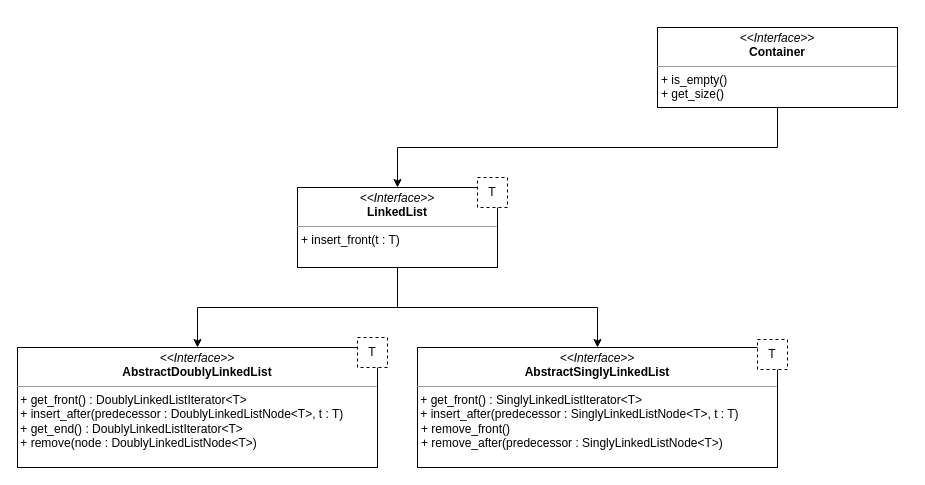
The draw.io diagram docs/Implementation Details/implementatio_details.drawio in christiangoerdes/Data-Structures, before the edit. Source tidied: cells renumbered, new cells numbered last; positions are measured from the earlier drawing's top-left corner, leaving out a move shared by most shapes. Both pictures are drawn from the tidied source at 100%, with x=0, y=0 at pixel (17, 17).
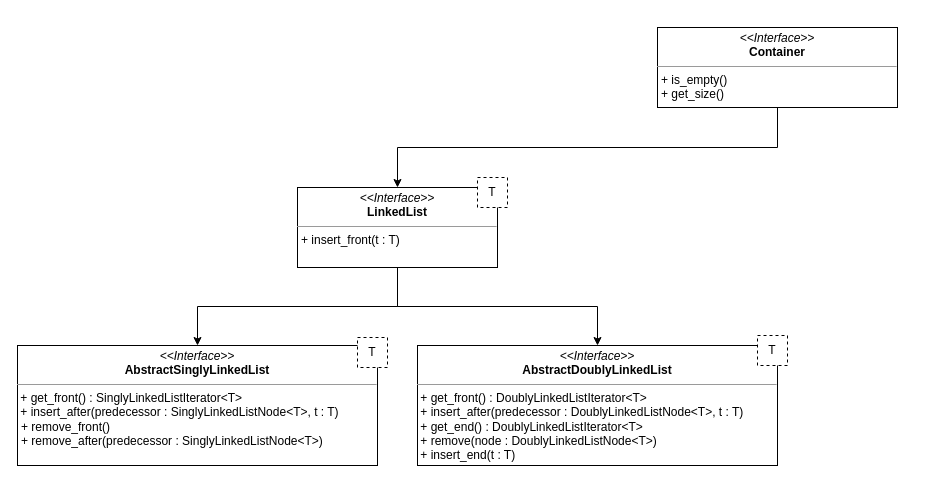
Above is the later version.

Change to the diagram source:
```diff
@@
 <mxGraphModel>
   <root>
     <mxCell id="0" />
     <mxCell id="1" parent="0" />
     <mxCell id="2" style="edgeStyle=orthogonalEdgeStyle;rounded=0;jettySize=auto;html=1;exitX=0.5;exitY=1;exitDx=0;exitDy=0;entryX=0.5;entryY=0;entryDx=0;entryDy=0;" parent="1" edge="1" source="8" target="14">
       <mxGeometry relative="1" as="geometry" />
     </mxCell>
     <mxCell id="3" style="edgeStyle=orthogonalEdgeStyle;rounded=0;jettySize=auto;html=1;exitX=0.5;exitY=1;exitDx=0;exitDy=0;entryX=0.5;entryY=0;entryDx=0;entryDy=0;" parent="1" edge="1" source="8" target="11">
       <mxGeometry relative="1" as="geometry" />
     </mxCell>
     <mxCell id="4" style="group;" parent="1" vertex="1">
       <mxGeometry x="640" width="250" height="150" as="geometry" />
     </mxCell>
     <mxCell id="5" value="&lt;p style=&quot;margin:0px;margin-top:4px;text-align:center;&quot;&gt;&lt;i&gt;&amp;lt;&amp;lt;Interface&amp;gt;&amp;gt;&lt;/i&gt;&lt;br&gt;&lt;b&gt;Container&lt;/b&gt;&lt;/p&gt;&lt;hr size=&quot;1&quot;&gt;&lt;p style=&quot;margin:0px;margin-left:4px;&quot;&gt;&lt;span style=&quot;background-color: initial;&quot;&gt;+ is_empty()&lt;/span&gt;&lt;br&gt;&lt;/p&gt;&lt;p style=&quot;margin:0px;margin-left:4px;&quot;&gt;+ get_size()&amp;nbsp;&lt;span style=&quot;background-color: initial;&quot;&gt;&lt;br&gt;&lt;/span&gt;&lt;/p&gt;" style="verticalAlign=top;align=left;overflow=fill;fontSize=12;fontFamily=Helvetica;html=1;whiteSpace=wrap;" parent="4" vertex="1">
       <mxGeometry y="10" width="240" height="80" as="geometry" />
     </mxCell>
     <mxCell id="6" style="edgeStyle=orthogonalEdgeStyle;rounded=0;jettySize=auto;html=1;exitX=0.5;exitY=1;exitDx=0;exitDy=0;entryX=0.5;entryY=0;entryDx=0;entryDy=0;" parent="1" edge="1" source="5" target="8">
       <mxGeometry relative="1" as="geometry" />
     </mxCell>
     <mxCell id="7" style="group;" parent="1" vertex="1">
       <mxGeometry x="280" y="160" width="210" height="90" as="geometry" />
     </mxCell>
     <mxCell id="8" value="&lt;p style=&quot;margin:0px;margin-top:4px;text-align:center;&quot;&gt;&lt;i&gt;&amp;lt;&amp;lt;Interface&amp;gt;&amp;gt;&lt;/i&gt;&lt;br&gt;&lt;b&gt;LinkedList&lt;/b&gt;&lt;/p&gt;&lt;hr size=&quot;1&quot;&gt;&lt;p style=&quot;margin:0px;margin-left:4px;&quot;&gt;&lt;span style=&quot;background-color: initial;&quot;&gt;+ insert_front(t : T)&lt;/span&gt;&lt;br&gt;&lt;/p&gt;" style="verticalAlign=top;align=left;overflow=fill;fontSize=12;fontFamily=Helvetica;html=1;whiteSpace=wrap;" parent="7" vertex="1">
       <mxGeometry y="10" width="200" height="80" as="geometry" />
     </mxCell>
     <mxCell id="9" value="T" style="fontStyle=0;dashed=1;html=1;whiteSpace=wrap;" parent="7" vertex="1">
       <mxGeometry x="180" width="30" height="30" as="geometry" />
     </mxCell>
     <mxCell id="10" style="group;" parent="1" vertex="1">
-      <mxGeometry y="320" width="370" height="130" as="geometry" />
+      <mxGeometry x="400" y="318" width="370" height="130" as="geometry" />
     </mxCell>
-    <mxCell id="11" value="&lt;p style=&quot;margin:0px;margin-top:4px;text-align:center;&quot;&gt;&lt;i&gt;&amp;lt;&amp;lt;Interface&amp;gt;&amp;gt;&lt;/i&gt;&lt;br&gt;&lt;b&gt;AbstractDoublyLinkedList&lt;/b&gt;&lt;/p&gt;&lt;hr size=&quot;1&quot;&gt;&amp;nbsp;+ get_front() : DoublyLinkedListIterator&amp;lt;T&amp;gt;&lt;br&gt;&lt;div&gt;&amp;nbsp;+ insert_after(predecessor : DoublyLinkedListNode&amp;lt;T&amp;gt;, t : T)&lt;/div&gt;&lt;div&gt;&amp;nbsp;+ get_end() : DoublyLinkedListIterator&amp;lt;T&amp;gt;&lt;/div&gt;&lt;div&gt;&amp;nbsp;+ remove(node : DoublyLinkedListNode&amp;lt;T&amp;gt;)&lt;/div&gt;" style="verticalAlign=top;align=left;overflow=fill;fontSize=12;fontFamily=Helvetica;html=1;whiteSpace=wrap;" parent="10" vertex="1">
+    <mxCell id="11" value="&lt;p style=&quot;margin:0px;margin-top:4px;text-align:center;&quot;&gt;&lt;i&gt;&amp;lt;&amp;lt;Interface&amp;gt;&amp;gt;&lt;/i&gt;&lt;br&gt;&lt;b&gt;AbstractDoublyLinkedList&lt;/b&gt;&lt;/p&gt;&lt;hr size=&quot;1&quot;&gt;&amp;nbsp;+ get_front() : DoublyLinkedListIterator&amp;lt;T&amp;gt;&lt;br&gt;&lt;div&gt;&amp;nbsp;+ insert_after(predecessor : DoublyLinkedListNode&amp;lt;T&amp;gt;, t : T)&lt;/div&gt;&lt;div&gt;&amp;nbsp;+ get_end() : DoublyLinkedListIterator&amp;lt;T&amp;gt;&lt;/div&gt;&lt;div&gt;&amp;nbsp;+ remove(node : DoublyLinkedListNode&amp;lt;T&amp;gt;)&lt;/div&gt;&lt;div&gt;&amp;nbsp;+ insert_end(t : T)&lt;/div&gt;" style="verticalAlign=top;align=left;overflow=fill;fontSize=12;fontFamily=Helvetica;html=1;whiteSpace=wrap;" parent="10" vertex="1">
       <mxGeometry y="10" width="360" height="120" as="geometry" />
     </mxCell>
     <mxCell id="12" value="T" style="fontStyle=0;dashed=1;html=1;whiteSpace=wrap;" parent="10" vertex="1">
       <mxGeometry x="340" width="30" height="30" as="geometry" />
     </mxCell>
     <mxCell id="13" style="group;" parent="1" vertex="1">
-      <mxGeometry x="400" y="322" width="370" height="128" as="geometry" />
+      <mxGeometry y="320" width="370" height="128" as="geometry" />
     </mxCell>
     <mxCell id="14" value="&lt;p style=&quot;margin:0px;margin-top:4px;text-align:center;&quot;&gt;&lt;i&gt;&amp;lt;&amp;lt;Interface&amp;gt;&amp;gt;&lt;/i&gt;&lt;br&gt;&lt;b style=&quot;border-color: var(--border-color);&quot;&gt;Abstract&lt;/b&gt;&lt;b&gt;SinglyLinkedList&lt;/b&gt;&lt;/p&gt;&lt;hr size=&quot;1&quot;&gt;&amp;nbsp;+ get_front() : SinglyLinkedListIterator&amp;lt;T&amp;gt;&lt;br&gt;&amp;nbsp;+ insert_after(predecessor : SinglyLinkedListNode&amp;lt;T&amp;gt;, t : T)&lt;b&gt;&lt;br&gt;&lt;/b&gt;&lt;p style=&quot;margin:0px;margin-left:4px;&quot;&gt;+ remove_front()&lt;/p&gt;&lt;p style=&quot;margin:0px;margin-left:4px;&quot;&gt;+ remove_after(predecessor : SinglyLinkedListNode&amp;lt;T&amp;gt;)&lt;/p&gt;" style="verticalAlign=top;align=left;overflow=fill;fontSize=12;fontFamily=Helvetica;html=1;whiteSpace=wrap;" parent="13" vertex="1">
       <mxGeometry y="8" width="360" height="120" as="geometry" />
     </mxCell>
     <mxCell id="15" value="T" style="fontStyle=0;dashed=1;html=1;whiteSpace=wrap;" parent="13" vertex="1">
       <mxGeometry x="340" width="30" height="30" as="geometry" />
     </mxCell>
   </root>
 </mxGraphModel>
```
